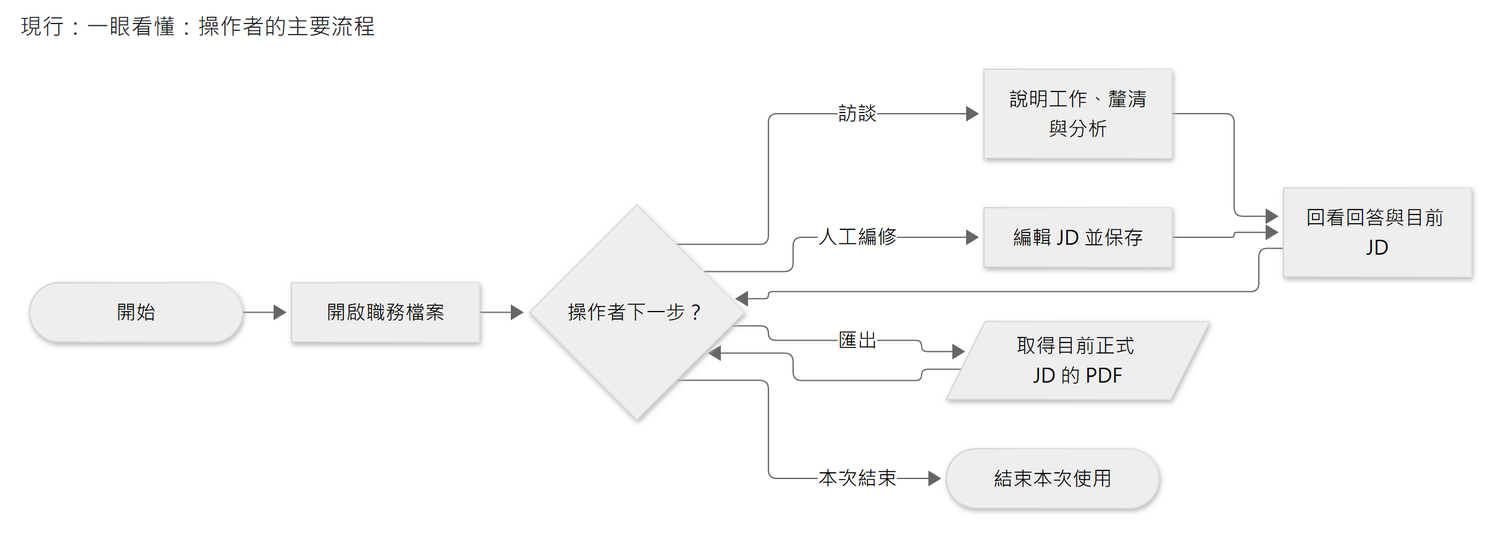
Above: docs/diagrams/architecture/README/product-activities.png in JD-Consultant/Caliburn (Mermaid), before the change. Its source is kept beside it as docs/diagrams/architecture/README/product-activities.mmd. The source it was exported from:
```mermaid
flowchart LR
  start([開始]) --> open[開啟職務檔案]
  open --> choice{操作者下一步？}
  choice -->|訪談| interview[說明工作、釐清與分析]
  interview --> review[回看回答與目前 JD]
  choice -->|人工編修| edit[編輯 JD 並保存]
  edit --> review
  review --> choice
  choice -->|匯出| pdf[/取得目前正式 JD 的 PDF/]
  pdf --> choice
  choice -->|本次結束| finish([結束本次使用])
```
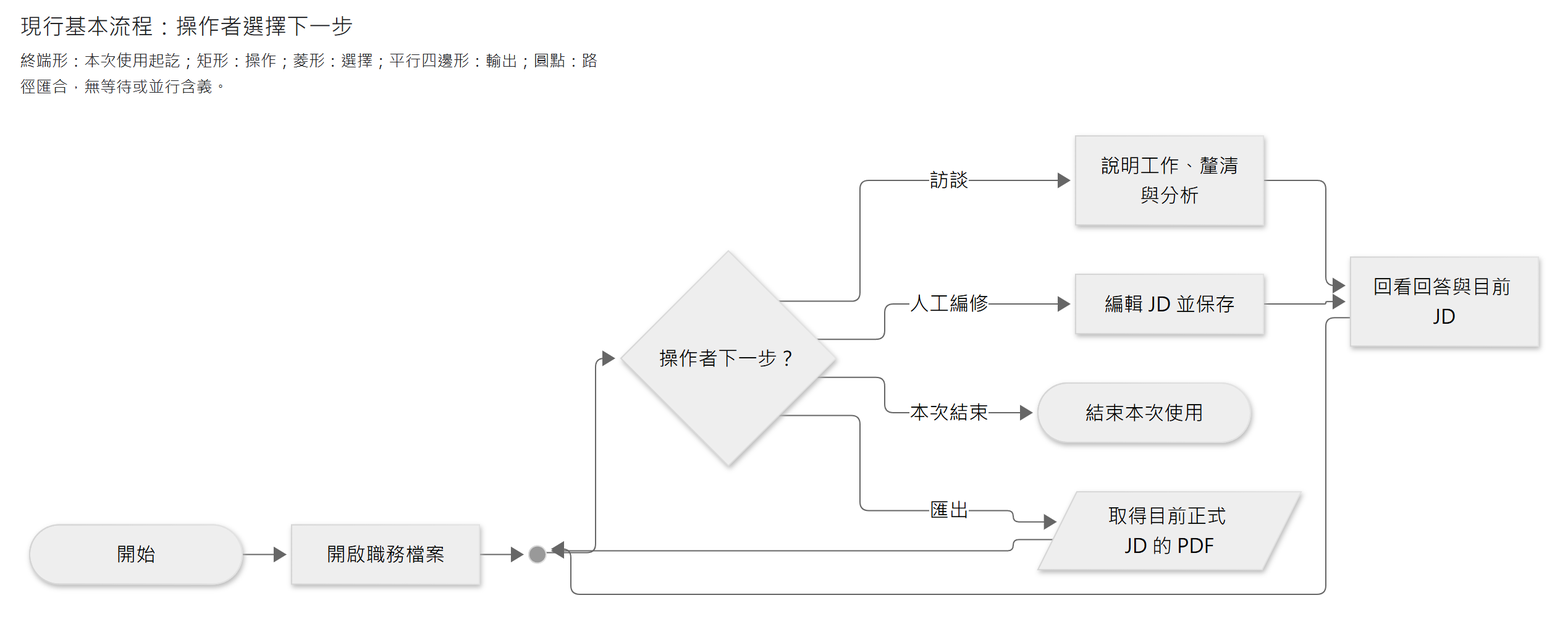
After the commit.

Diff of the diagram source:
```diff
@@ -1,11 +1,12 @@
 flowchart LR
   start([開始]) --> open[開啟職務檔案]
-  open --> choice{操作者下一步？}
+  open --> merge@{ shape: f-circ }
+  merge --> choice{操作者下一步？}
   choice -->|訪談| interview[說明工作、釐清與分析]
   interview --> review[回看回答與目前 JD]
   choice -->|人工編修| edit[編輯 JD 並保存]
   edit --> review
-  review --> choice
+  review --> merge
   choice -->|匯出| pdf[/取得目前正式 JD 的 PDF/]
-  pdf --> choice
+  pdf --> merge
   choice -->|本次結束| finish([結束本次使用])
```
